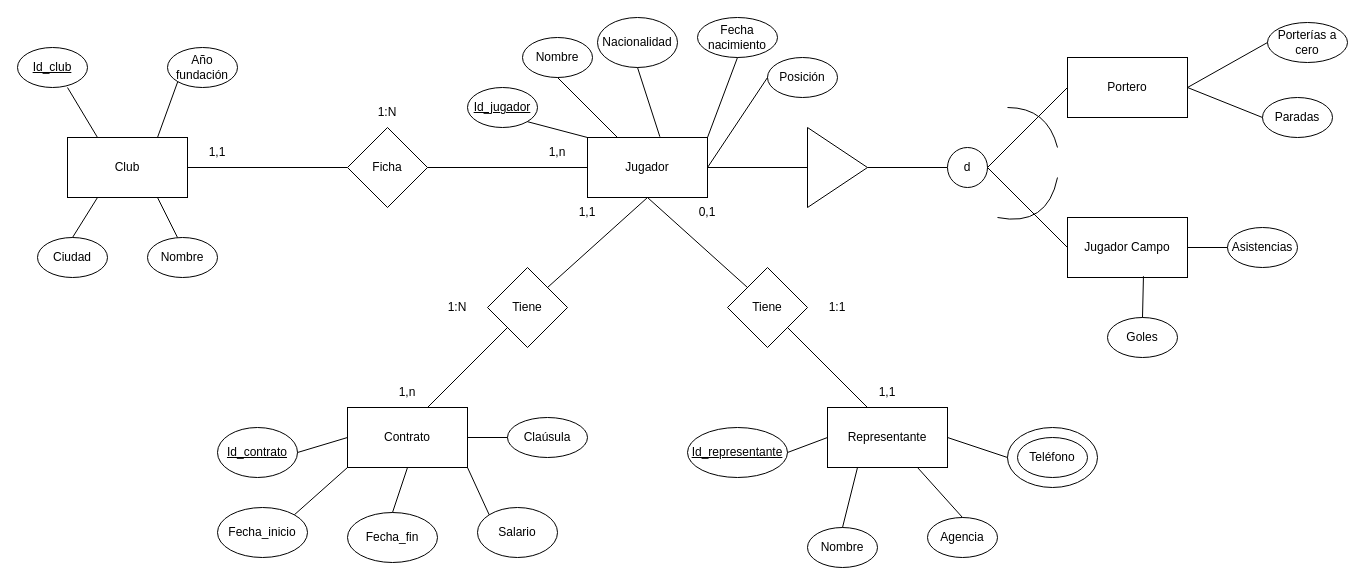
This is DiagramaReto.drawio from roulkhir/RetoGrupo6, a draw.io file, before an edit. Source tidied: cells renumbered, new cells numbered last; positions are measured from the earlier drawing's top-left corner, leaving out a move shared by most shapes. Both pictures are drawn from the tidied source at 100%, with x=0, y=0 at pixel (17, 17).
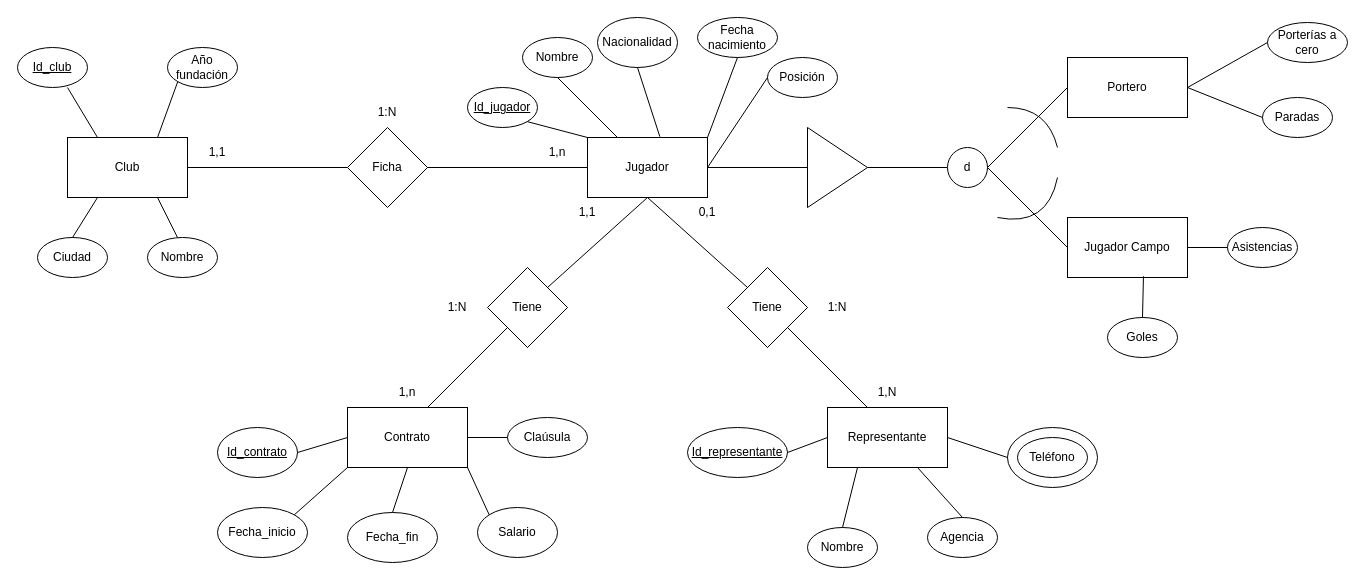
The same diagram, later.

Diff of the diagram source:
```diff
@@
-    <mxCell id="52" value="1:1" style="text;html=1;align=center;verticalAlign=middle;whiteSpace=wrap;rounded=0;" parent="1" vertex="1">
+    <mxCell id="52" value="1:N" style="text;html=1;align=center;verticalAlign=middle;whiteSpace=wrap;rounded=0;" parent="1" vertex="1">
       <mxGeometry x="790" y="275" width="60" height="30" as="geometry" />
     </mxCell>
@@
-    <mxCell id="54" value="1,1" style="text;html=1;align=center;verticalAlign=middle;whiteSpace=wrap;rounded=0;" parent="1" vertex="1">
+    <mxCell id="54" value="1,N" style="text;html=1;align=center;verticalAlign=middle;whiteSpace=wrap;rounded=0;" parent="1" vertex="1">
       <mxGeometry x="840" y="360" width="60" height="30" as="geometry" />
     </mxCell>
```
